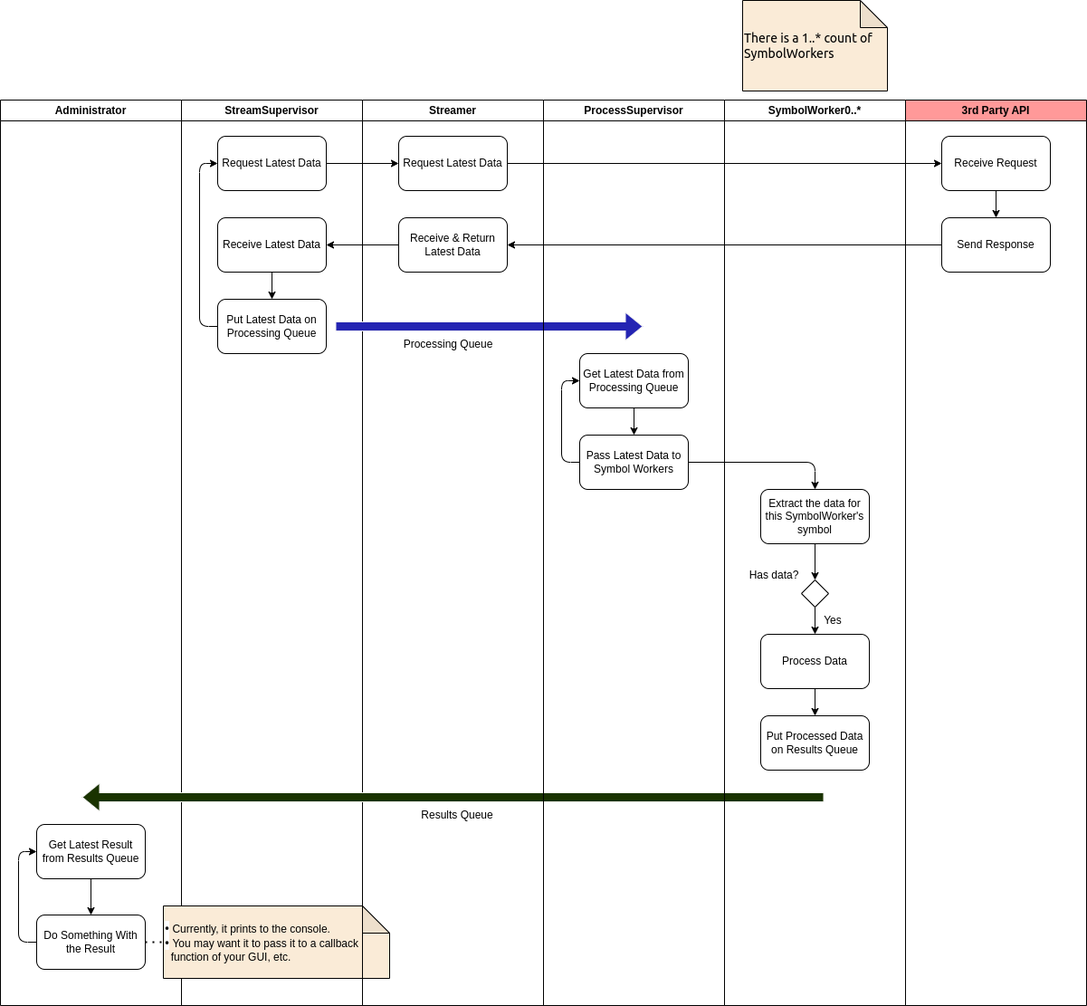
Above: images/high_level_activity.png in IanAtDazed/ray-streamer (draw.io), before the change. Source tidied: cells renumbered, new cells last; positions are measured from the earlier drawing's top-left corner, leaving out a move shared by most shapes.
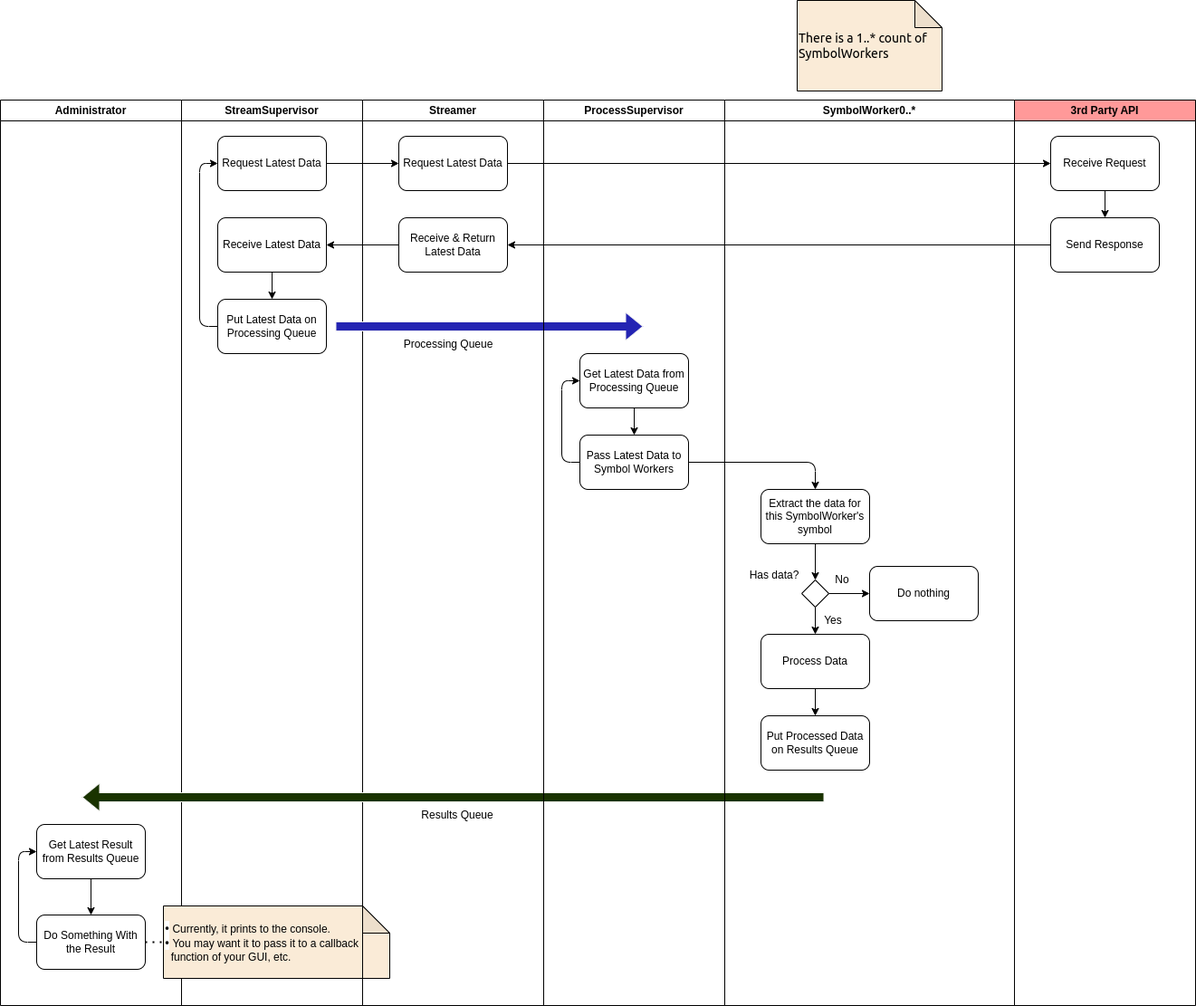
Later version of the same file.

Commit message:
do nothing activity added to SymbolWorker lane

What changed in the source:
```diff
@@ -96,7 +96,7 @@
       </mxGeometry>
     </mxCell>
     <mxCell id="26" value="SymbolWorker0..*" style="swimlane;whiteSpace=wrap;html=1;startSize=23;" parent="1" vertex="1">
-      <mxGeometry x="800" y="110" width="200" height="1000" as="geometry" />
+      <mxGeometry x="800" y="110" width="320" height="1000" as="geometry" />
     </mxCell>
     <mxCell id="27" value="Extract the data for this SymbolWorker's symbol" style="rounded=1;whiteSpace=wrap;html=1;" parent="26" vertex="1">
       <mxGeometry x="40" y="430" width="120" height="60" as="geometry" />
@@ -125,8 +125,17 @@
     <mxCell id="35" value="Yes" style="text;html=1;strokeColor=none;fillColor=none;align=center;verticalAlign=middle;whiteSpace=wrap;rounded=0;" parent="26" vertex="1">
       <mxGeometry x="90" y="560" width="60" height="30" as="geometry" />
     </mxCell>
+    <mxCell id="47" value="Do nothing" style="rounded=1;whiteSpace=wrap;html=1;" parent="26" vertex="1">
+      <mxGeometry x="160" y="515" width="120" height="60" as="geometry" />
+    </mxCell>
+    <mxCell id="48" style="endArrow=classic;html=1;fillColor=#2424B3;exitX=1;exitY=0.5;exitDx=0;exitDy=0;entryX=0;entryY=0.5;entryDx=0;entryDy=0;" parent="26" edge="1" source="31" target="47">
+      <mxGeometry relative="1" as="geometry" />
+    </mxCell>
+    <mxCell id="49" value="No" style="text;html=1;strokeColor=none;fillColor=none;align=center;verticalAlign=middle;whiteSpace=wrap;rounded=0;" parent="26" vertex="1">
+      <mxGeometry x="115" y="520" width="30" height="20" as="geometry" />
+    </mxCell>
     <mxCell id="36" value="3rd Party API" style="swimlane;whiteSpace=wrap;html=1;startSize=23;fillColor=#FF9999;" parent="1" vertex="1">
-      <mxGeometry x="1000" y="110" width="200" height="1000" as="geometry" />
+      <mxGeometry x="1120" y="110" width="200" height="1000" as="geometry" />
     </mxCell>
     <mxCell id="37" value="Receive Request" style="rounded=1;whiteSpace=wrap;html=1;" parent="36" vertex="1">
       <mxGeometry x="40" y="40" width="120" height="60" as="geometry" />
@@ -160,7 +169,7 @@
       <mxGeometry relative="1" as="geometry" />
     </mxCell>
     <mxCell id="46" value="&lt;font color=&quot;#000000&quot; face=&quot;-apple-system, system-ui, BlinkMacSystemFont, Segoe UI, Roboto, Helvetica Neue, Fira Sans, Ubuntu, Oxygen, Oxygen Sans, Cantarell, Droid Sans, Apple Color Emoji, Segoe UI Emoji, Segoe UI Emoji, Segoe UI Symbol, Lucida Grande, Helvetica, Arial, sans-serif&quot;&gt;&lt;span style=&quot;font-size: 14px; background-color: rgb(250, 235, 215);&quot;&gt;There is a 1..* count of SymbolWorkers&lt;/span&gt;&lt;/font&gt;" style="shape=note;whiteSpace=wrap;html=1;backgroundOutline=1;darkOpacity=0.05;fillColor=#faebd7;align=left;" parent="1" vertex="1">
-      <mxGeometry x="820" width="160" height="100" as="geometry" />
+      <mxGeometry x="880" width="160" height="100" as="geometry" />
     </mxCell>
   </root>
 </mxGraphModel>
```
